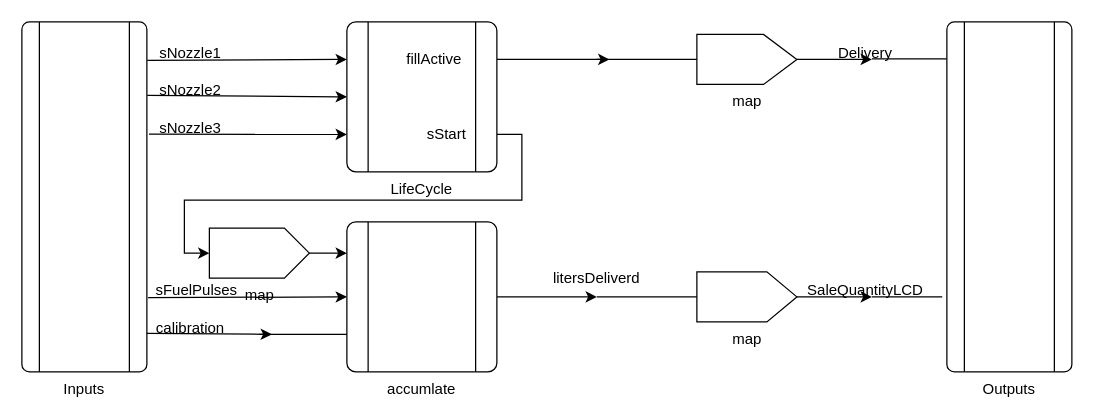
Earlier version of the draw.io diagram AccumulatePlusPump.drawio (suzuki-taro-29/FRP-chap4-diagrams). Source tidied: cells renumbered, new cells numbered last; positions are measured from the earlier drawing's top-left corner, leaving out a move shared by most shapes. Both pictures are drawn from the tidied source at 125%, with x=0, y=0 at pixel (21, 21).
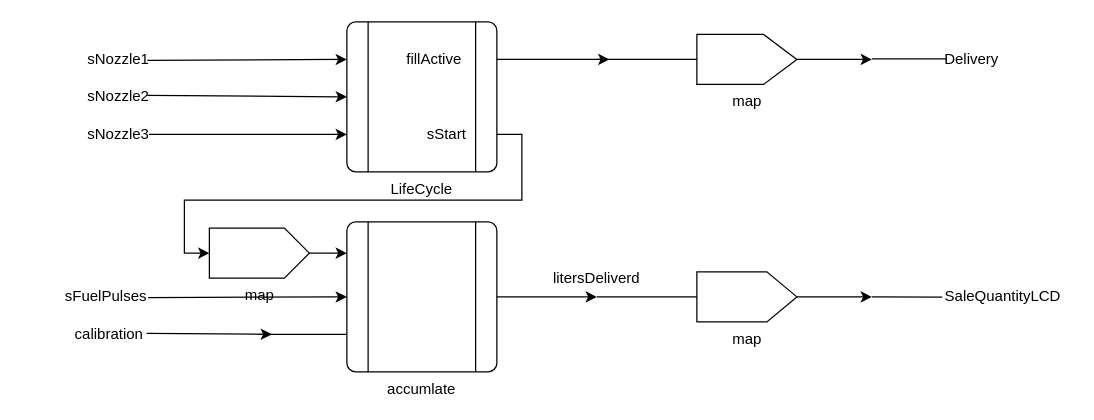
The same page after the edit.

Commit message:
AccumulatePlusPump.drawio を更新します

Unchanged cells that the change refers to:
```xml
<mxCell id="10" value="accumlate" style="verticalLabelPosition=bottom;verticalAlign=top;html=1;shape=process;whiteSpace=wrap;rounded=1;size=0.14;arcSize=6;" parent="1" vertex="1">
  <mxGeometry x="260" y="160" width="120" height="120" as="geometry" />
</mxCell>
<mxCell id="15" value="LifeCycle" style="verticalLabelPosition=bottom;verticalAlign=top;html=1;shape=process;whiteSpace=wrap;rounded=1;size=0.14;arcSize=6;" parent="1" vertex="1">
  <mxGeometry x="260" width="120" height="120" as="geometry" />
</mxCell>
```

Change to the diagram source:
```diff
@@
     <mxCell id="4" value="Delivery" style="text;html=1;align=center;verticalAlign=middle;whiteSpace=wrap;rounded=0;" parent="1" vertex="1">
-      <mxGeometry x="645" y="10" width="60" height="30" as="geometry" />
+      <mxGeometry x="740" y="15" width="40" height="30" as="geometry" />
     </mxCell>
@@
     <mxCell id="7" value="SaleQuantityLCD" style="text;html=1;align=center;verticalAlign=middle;whiteSpace=wrap;rounded=0;" parent="1" vertex="1">
-      <mxGeometry x="620" y="200" width="110" height="30" as="geometry" />
+      <mxGeometry x="740" y="205" width="90" height="30" as="geometry" />
     </mxCell>
-    <mxCell id="8" style="endArrow=none;html=1;rounded=0;entryX=-0.037;entryY=0.786;entryDx=0;entryDy=0;entryPerimeter=0;" parent="1" edge="1" target="35">
+    <mxCell id="8" style="endArrow=none;html=1;rounded=0;entryX=-0.037;entryY=0.786;entryDx=0;entryDy=0;entryPerimeter=0;" parent="1" edge="1">
       <mxGeometry relative="1" as="geometry">
         <mxPoint x="680" y="220" as="sourcePoint" />
+        <mxPoint x="736.3" y="220.1" as="targetPoint" />
       </mxGeometry>
     </mxCell>
@@
-    <mxCell id="16" style="endArrow=classic;html=1;rounded=0;entryX=0;entryY=0.75;entryDx=0;entryDy=0;exitX=1.017;exitY=0.321;exitDx=0;exitDy=0;exitPerimeter=0;" parent="1" edge="1" source="34" target="15">
-      <mxGeometry relative="1" as="geometry" />
+    <mxCell id="16" style="endArrow=classic;html=1;rounded=0;entryX=0;entryY=0.75;entryDx=0;entryDy=0;exitX=1.017;exitY=0.321;exitDx=0;exitDy=0;exitPerimeter=0;" parent="1" edge="1" target="15">
+      <mxGeometry relative="1" as="geometry">
+        <mxPoint x="101.7" y="89.9" as="sourcePoint" />
+      </mxGeometry>
     </mxCell>
-    <mxCell id="17" style="endArrow=classic;html=1;rounded=0;entryX=0;entryY=0.5;entryDx=0;entryDy=0;exitX=1.003;exitY=0.21;exitDx=0;exitDy=0;exitPerimeter=0;" parent="1" edge="1" source="34" target="15">
-      <mxGeometry relative="1" as="geometry" />
+    <mxCell id="17" style="endArrow=classic;html=1;rounded=0;entryX=0;entryY=0.5;entryDx=0;entryDy=0;exitX=1.003;exitY=0.21;exitDx=0;exitDy=0;exitPerimeter=0;" parent="1" edge="1" target="15">
+      <mxGeometry relative="1" as="geometry">
+        <mxPoint x="100.3" y="58.8" as="sourcePoint" />
+      </mxGeometry>
     </mxCell>
-    <mxCell id="18" style="endArrow=classic;html=1;rounded=0;entryX=0;entryY=0.25;entryDx=0;entryDy=0;exitX=1.003;exitY=0.11;exitDx=0;exitDy=0;exitPerimeter=0;" parent="1" edge="1" source="34" target="15">
-      <mxGeometry relative="1" as="geometry" />
+    <mxCell id="18" style="endArrow=classic;html=1;rounded=0;entryX=0;entryY=0.25;entryDx=0;entryDy=0;exitX=1.003;exitY=0.11;exitDx=0;exitDy=0;exitPerimeter=0;" parent="1" edge="1" target="15">
+      <mxGeometry relative="1" as="geometry">
+        <mxPoint x="100.3" y="30.8" as="sourcePoint" />
+      </mxGeometry>
     </mxCell>
     <mxCell id="19" value="sNozzle1" style="text;html=1;align=center;verticalAlign=middle;whiteSpace=wrap;rounded=0;" parent="1" vertex="1">
-      <mxGeometry x="95" y="10" width="80" height="30" as="geometry" />
+      <mxGeometry x="50" y="15" width="55" height="30" as="geometry" />
     </mxCell>
     <mxCell id="20" value="sNozzle2" style="text;html=1;align=center;verticalAlign=middle;whiteSpace=wrap;rounded=0;" parent="1" vertex="1">
-      <mxGeometry x="95" y="40" width="80" height="30" as="geometry" />
+      <mxGeometry x="50" y="45" width="55" height="30" as="geometry" />
     </mxCell>
     <mxCell id="21" value="sNozzle3" style="text;html=1;align=center;verticalAlign=middle;whiteSpace=wrap;rounded=0;" parent="1" vertex="1">
-      <mxGeometry x="95" y="70" width="80" height="30" as="geometry" />
+      <mxGeometry x="50" y="75" width="55" height="30" as="geometry" />
     </mxCell>
@@
-    <mxCell id="28" style="endArrow=classic;html=1;rounded=0;entryX=0;entryY=0.5;entryDx=0;entryDy=0;exitX=1.01;exitY=0.788;exitDx=0;exitDy=0;exitPerimeter=0;" parent="1" edge="1" source="34" target="10">
-      <mxGeometry relative="1" as="geometry" />
+    <mxCell id="28" style="endArrow=classic;html=1;rounded=0;entryX=0;entryY=0.5;entryDx=0;entryDy=0;exitX=1.01;exitY=0.788;exitDx=0;exitDy=0;exitPerimeter=0;" parent="1" edge="1" target="10">
+      <mxGeometry relative="1" as="geometry">
+        <mxPoint x="101" y="220.6" as="sourcePoint" />
+      </mxGeometry>
     </mxCell>
     <mxCell id="29" value="sFuelPulses" style="text;html=1;align=center;verticalAlign=middle;whiteSpace=wrap;rounded=0;" parent="1" vertex="1">
-      <mxGeometry x="90" y="200" width="100" height="30" as="geometry" />
+      <mxGeometry x="30" y="205" width="75" height="30" as="geometry" />
     </mxCell>
-    <mxCell id="30" style="endArrow=classic;html=1;rounded=0;exitX=0.997;exitY=0.89;exitDx=0;exitDy=0;exitPerimeter=0;" parent="1" edge="1" source="34">
+    <mxCell id="30" style="endArrow=classic;html=1;rounded=0;exitX=0.997;exitY=0.89;exitDx=0;exitDy=0;exitPerimeter=0;" parent="1" edge="1">
       <mxGeometry relative="1" as="geometry">
+        <mxPoint x="99.7" y="249.2" as="sourcePoint" />
         <mxPoint x="200" y="250" as="targetPoint" />
       </mxGeometry>
     </mxCell>
     <mxCell id="31" value="calibration" style="text;html=1;align=center;verticalAlign=middle;whiteSpace=wrap;rounded=0;" parent="1" vertex="1">
-      <mxGeometry x="90" y="230" width="90" height="30" as="geometry" />
+      <mxGeometry x="40" y="235" width="60" height="30" as="geometry" />
     </mxCell>
@@
-    <mxCell id="34" value="Inputs" style="verticalLabelPosition=bottom;verticalAlign=top;html=1;shape=process;whiteSpace=wrap;rounded=1;size=0.14;arcSize=6;" parent="1" vertex="1">
-      <mxGeometry width="100" height="280" as="geometry" />
-    </mxCell>
-    <mxCell id="35" value="Outputs" style="verticalLabelPosition=bottom;verticalAlign=top;html=1;shape=process;whiteSpace=wrap;rounded=1;size=0.14;arcSize=6;" parent="1" vertex="1">
-      <mxGeometry x="740" width="100" height="280" as="geometry" />
-    </mxCell>
```
